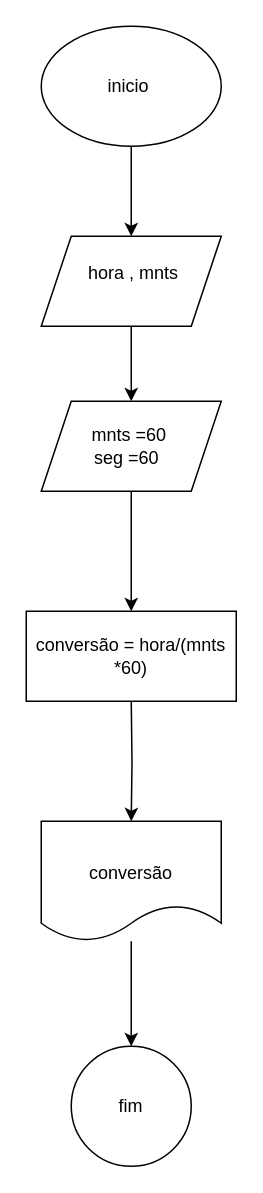
Before: variaveiseoperadoresaritimeticos/hrs,min.drawio in beatrizvih/p_a2025, a draw.io diagram. Source tidied: cells renumbered, new cells numbered last; positions are measured from the earlier drawing's top-left corner, leaving out a move shared by most shapes. Both pictures are drawn from the tidied source at 150%, with x=0, y=0 at pixel (26, 26).
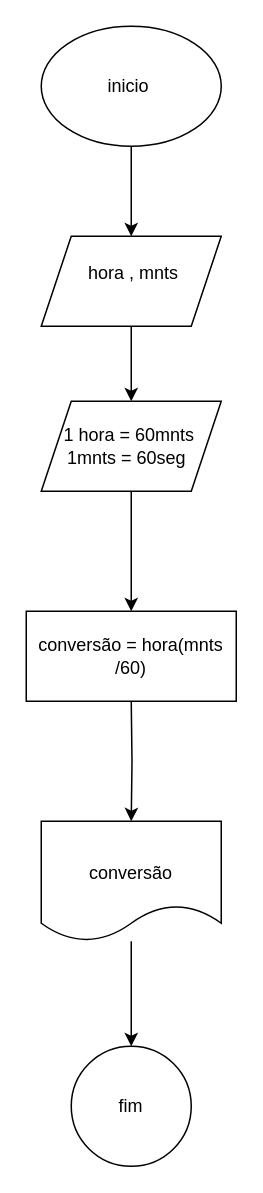
The same page after the edit.

What changed in the source:
```diff
@@
 <mxGraphModel>
   <root>
     <mxCell id="0" />
     <mxCell id="1" parent="0" />
     <mxCell id="2" style="edgeStyle=orthogonalEdgeStyle;rounded=0;jettySize=auto;html=1;entryX=0.5;entryY=0;entryDx=0;entryDy=0;" parent="1" edge="1" source="3" target="6">
       <mxGeometry relative="1" as="geometry" />
     </mxCell>
     <mxCell id="3" style="ellipse;whiteSpace=wrap;html=1;" parent="1" vertex="1">
       <mxGeometry x="10" width="120" height="80" as="geometry" />
     </mxCell>
     <mxCell id="4" value="inicio&amp;nbsp;" style="text;html=1;align=center;verticalAlign=middle;whiteSpace=wrap;rounded=0;" parent="1" vertex="1">
       <mxGeometry x="40" y="25" width="60" height="30" as="geometry" />
     </mxCell>
     <mxCell id="5" style="edgeStyle=orthogonalEdgeStyle;rounded=0;jettySize=auto;html=1;" parent="1" edge="1" source="6" target="9">
       <mxGeometry relative="1" as="geometry" />
     </mxCell>
     <mxCell id="6" style="shape=parallelogram;perimeter=parallelogramPerimeter;whiteSpace=wrap;html=1;fixedSize=1;" parent="1" vertex="1">
       <mxGeometry x="10" y="140" width="120" height="60" as="geometry" />
     </mxCell>
     <mxCell id="7" value="&amp;nbsp;hora , mnts" style="text;html=1;align=center;verticalAlign=middle;whiteSpace=wrap;rounded=0;" parent="1" vertex="1">
       <mxGeometry x="25" y="150" width="90" height="30" as="geometry" />
     </mxCell>
     <mxCell id="8" style="edgeStyle=orthogonalEdgeStyle;rounded=0;jettySize=auto;html=1;" parent="1" edge="1" source="9" target="11">
       <mxGeometry relative="1" as="geometry" />
     </mxCell>
     <mxCell id="9" style="shape=parallelogram;perimeter=parallelogramPerimeter;whiteSpace=wrap;html=1;fixedSize=1;" parent="1" vertex="1">
       <mxGeometry x="10" y="250" width="120" height="60" as="geometry" />
     </mxCell>
-    <mxCell id="10" value="mnts =60&amp;nbsp;&lt;div&gt;seg =60&amp;nbsp;&amp;nbsp;&lt;/div&gt;" style="text;html=1;align=center;verticalAlign=middle;whiteSpace=wrap;rounded=0;" parent="1" vertex="1">
+    <mxCell id="10" value="1 hora = 60mnts&amp;nbsp;&lt;div&gt;1mnts = 60seg&amp;nbsp;&amp;nbsp;&lt;/div&gt;" style="text;html=1;align=center;verticalAlign=middle;whiteSpace=wrap;rounded=0;" parent="1" vertex="1">
       <mxGeometry x="17.5" y="265" width="105" height="30" as="geometry" />
     </mxCell>
     <mxCell id="11" style="whiteSpace=wrap;html=1;" parent="1" vertex="1">
       <mxGeometry y="390" width="140" height="60" as="geometry" />
     </mxCell>
     <mxCell id="12" style="edgeStyle=orthogonalEdgeStyle;rounded=0;jettySize=auto;html=1;entryX=0.5;entryY=0;entryDx=0;entryDy=0;" parent="1" edge="1" target="15">
       <mxGeometry relative="1" as="geometry">
         <mxPoint x="70" y="450" as="sourcePoint" />
       </mxGeometry>
     </mxCell>
-    <mxCell id="13" value="conversão = hora/(mnts *60)" style="text;html=1;align=center;verticalAlign=middle;whiteSpace=wrap;rounded=0;" parent="1" vertex="1">
+    <mxCell id="13" value="conversão = hora(mnts /60)" style="text;html=1;align=center;verticalAlign=middle;whiteSpace=wrap;rounded=0;" parent="1" vertex="1">
       <mxGeometry y="405" width="140" height="30" as="geometry" />
     </mxCell>
     <mxCell id="14" style="edgeStyle=orthogonalEdgeStyle;rounded=0;jettySize=auto;html=1;" parent="1" edge="1" source="15" target="17">
       <mxGeometry relative="1" as="geometry" />
     </mxCell>
     <mxCell id="15" style="shape=document;whiteSpace=wrap;html=1;boundedLbl=1;" parent="1" vertex="1">
       <mxGeometry x="10" y="530" width="120" height="80" as="geometry" />
     </mxCell>
     <mxCell id="16" value="conversão" style="text;html=1;align=center;verticalAlign=middle;whiteSpace=wrap;rounded=0;" parent="1" vertex="1">
       <mxGeometry x="40" y="550" width="60" height="30" as="geometry" />
     </mxCell>
     <mxCell id="17" style="ellipse;whiteSpace=wrap;html=1;" parent="1" vertex="1">
       <mxGeometry x="30" y="680" width="80" height="80" as="geometry" />
     </mxCell>
     <mxCell id="18" value="fim" style="text;html=1;align=center;verticalAlign=middle;whiteSpace=wrap;rounded=0;" parent="1" vertex="1">
       <mxGeometry x="40" y="707.5" width="60" height="25" as="geometry" />
     </mxCell>
   </root>
 </mxGraphModel>
```
